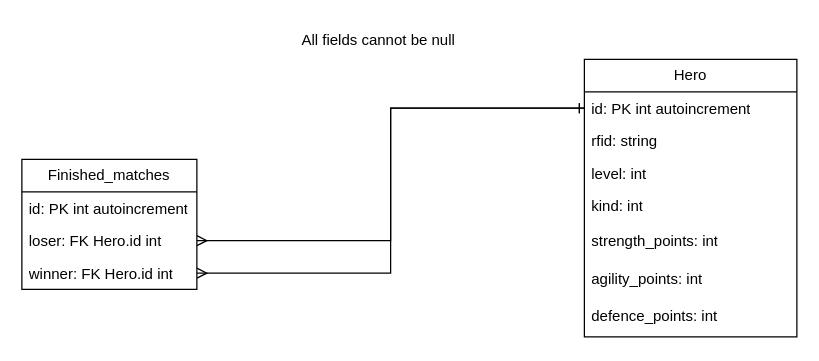
The draw.io diagram docs/ER Diagrammer/skyclash.drawio in mtkonge/sky-clash, before the edit. Source tidied: cells renumbered, new cells numbered last; positions are measured from the earlier drawing's top-left corner, leaving out a move shared by most shapes. Both pictures are drawn from the tidied source at 125%, with x=0, y=0 at pixel (21, 21).
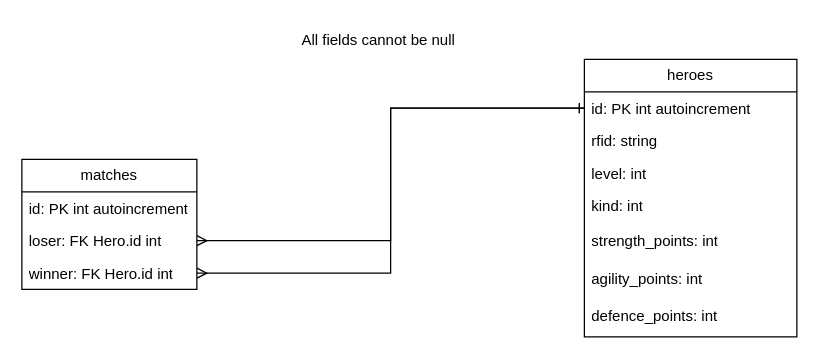
The same diagram, later.

Change to the diagram source:
```diff
@@
 <mxGraphModel>
   <root>
     <mxCell id="0" />
     <mxCell id="1" parent="0" />
-    <mxCell id="2" value="Hero" style="swimlane;fontStyle=0;horizontal=1;startSize=26;fillColor=none;whiteSpace=wrap;html=1;" parent="1" vertex="1">
+    <mxCell id="2" value="heroes" style="swimlane;fontStyle=0;horizontal=1;startSize=26;fillColor=none;whiteSpace=wrap;html=1;" parent="1" vertex="1">
       <mxGeometry x="450" y="30" width="170" height="222" as="geometry" />
     </mxCell>
     <mxCell id="3" value="id: PK int autoincrement" style="text;strokeColor=none;fillColor=none;align=left;verticalAlign=top;spacingLeft=4;spacingRight=4;overflow=hidden;points=[[0,0.5],[1,0.5]];portConstraint=eastwest;whiteSpace=wrap;html=1;" parent="2" vertex="1">
       <mxGeometry y="26" width="170" height="26" as="geometry" />
     </mxCell>
     <mxCell id="4" value="rfid: string" style="text;strokeColor=none;fillColor=none;align=left;verticalAlign=top;spacingLeft=4;spacingRight=4;overflow=hidden;whiteSpace=wrap;html=1;" parent="2" vertex="1">
       <mxGeometry y="52" width="170" height="26" as="geometry" />
     </mxCell>
     <mxCell id="5" value="level: int" style="text;strokeColor=none;fillColor=none;align=left;verticalAlign=top;spacingLeft=4;spacingRight=4;overflow=hidden;whiteSpace=wrap;html=1;" parent="2" vertex="1">
       <mxGeometry y="78" width="170" height="26" as="geometry" />
     </mxCell>
     <mxCell id="6" value="kind: int" style="text;strokeColor=none;fillColor=none;align=left;verticalAlign=top;spacingLeft=4;spacingRight=4;overflow=hidden;whiteSpace=wrap;html=1;" parent="2" vertex="1">
       <mxGeometry y="104" width="170" height="28" as="geometry" />
     </mxCell>
     <mxCell id="7" value="strength_points: int" style="text;strokeColor=none;fillColor=none;align=left;verticalAlign=top;spacingLeft=4;spacingRight=4;overflow=hidden;whiteSpace=wrap;html=1;" parent="2" vertex="1">
       <mxGeometry y="132" width="170" height="30" as="geometry" />
     </mxCell>
     <mxCell id="8" value="agility_points: int" style="text;strokeColor=none;fillColor=none;align=left;verticalAlign=top;spacingLeft=4;spacingRight=4;overflow=hidden;whiteSpace=wrap;html=1;" parent="2" vertex="1">
       <mxGeometry y="162" width="170" height="30" as="geometry" />
     </mxCell>
     <mxCell id="9" value="defence_points: int" style="text;strokeColor=none;fillColor=none;align=left;verticalAlign=top;spacingLeft=4;spacingRight=4;overflow=hidden;whiteSpace=wrap;html=1;" parent="2" vertex="1">
       <mxGeometry y="192" width="170" height="30" as="geometry" />
     </mxCell>
-    <mxCell id="10" value="Finished_matches" style="swimlane;fontStyle=0;horizontal=1;startSize=26;fillColor=none;whiteSpace=wrap;html=1;" parent="1" vertex="1">
+    <mxCell id="10" value="matches" style="swimlane;fontStyle=0;horizontal=1;startSize=26;fillColor=none;whiteSpace=wrap;html=1;" parent="1" vertex="1">
       <mxGeometry y="110" width="140" height="104" as="geometry" />
     </mxCell>
     <mxCell id="11" value="id: PK int autoincrement" style="text;strokeColor=none;fillColor=none;align=left;verticalAlign=top;spacingLeft=4;spacingRight=4;overflow=hidden;whiteSpace=wrap;html=1;" parent="10" vertex="1">
       <mxGeometry y="26" width="140" height="26" as="geometry" />
     </mxCell>
     <mxCell id="12" value="loser: FK Hero.id int" style="text;strokeColor=none;fillColor=none;align=left;verticalAlign=top;spacingLeft=4;spacingRight=4;overflow=hidden;points=[[0,0.5],[1,0.5]];portConstraint=eastwest;whiteSpace=wrap;html=1;" parent="10" vertex="1">
       <mxGeometry y="52" width="140" height="26" as="geometry" />
     </mxCell>
     <mxCell id="13" value="winner: FK Hero.id int" style="text;strokeColor=none;fillColor=none;align=left;verticalAlign=top;spacingLeft=4;spacingRight=4;overflow=hidden;points=[[0,0.5],[1,0.5]];portConstraint=eastwest;whiteSpace=wrap;html=1;" parent="10" vertex="1">
       <mxGeometry y="78" width="140" height="26" as="geometry" />
     </mxCell>
     <mxCell id="14" style="edgeStyle=orthogonalEdgeStyle;rounded=0;jettySize=auto;html=1;exitX=1;exitY=0.5;exitDx=0;exitDy=0;entryX=0;entryY=0.5;entryDx=0;entryDy=0;startArrow=ERmany;startFill=0;endArrow=ERone;endFill=0;" parent="1" edge="1" source="13" target="3">
       <mxGeometry relative="1" as="geometry" />
     </mxCell>
     <mxCell id="15" style="edgeStyle=orthogonalEdgeStyle;rounded=0;jettySize=auto;html=1;exitX=1;exitY=0.5;exitDx=0;exitDy=0;entryX=0;entryY=0.5;entryDx=0;entryDy=0;startArrow=ERmany;startFill=0;endArrow=ERone;endFill=0;" parent="1" edge="1" source="12" target="3">
       <mxGeometry relative="1" as="geometry" />
     </mxCell>
     <mxCell id="16" value="All fields cannot be null" style="text;html=1;align=center;verticalAlign=middle;strokeColor=none;fillColor=none;" parent="1" vertex="1">
       <mxGeometry x="210" width="150" height="30" as="geometry" />
     </mxCell>
   </root>
 </mxGraphModel>
```
